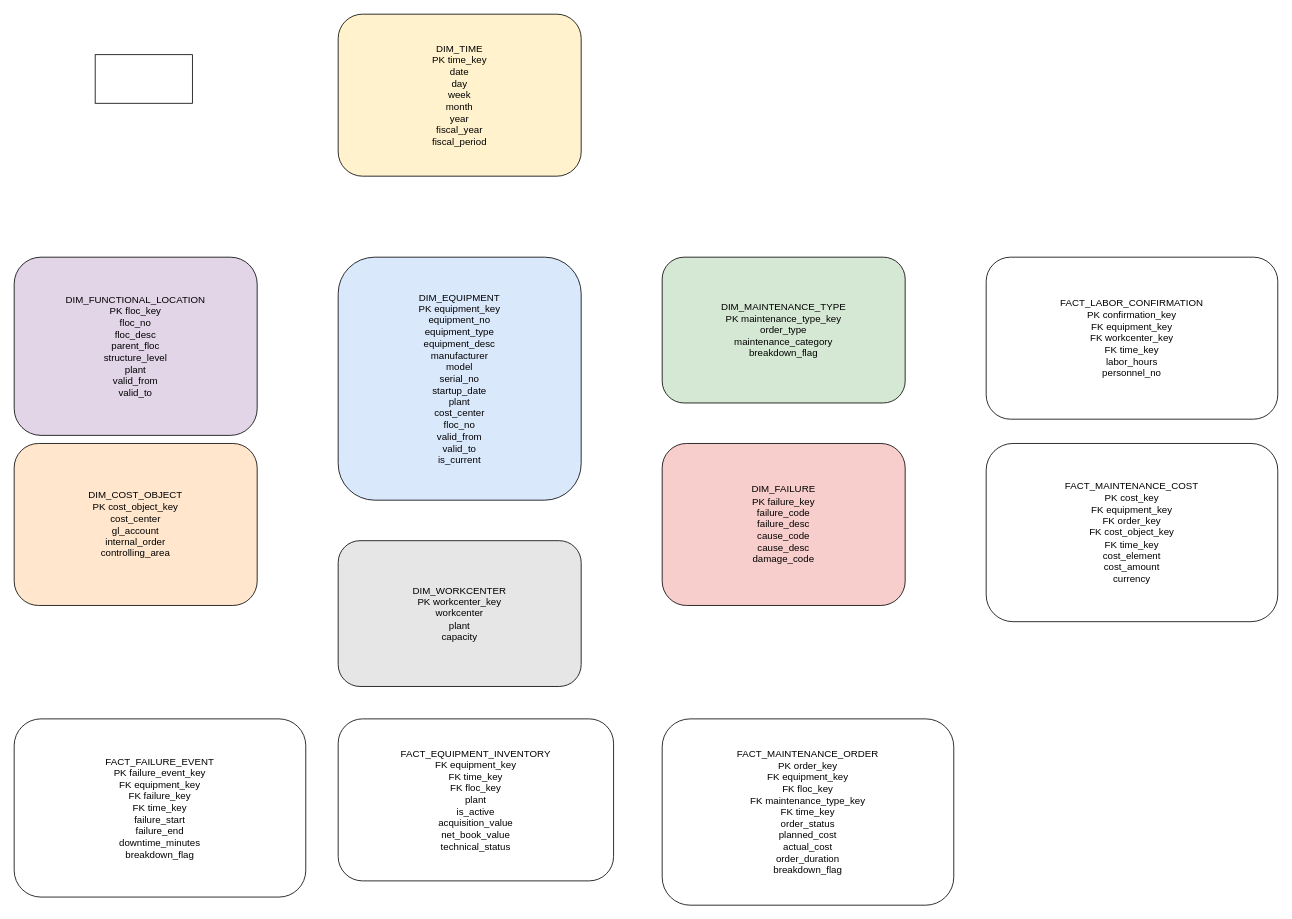
ozdemirkose/drawio keeps this draw.io diagram as cci_equipment_data_model.drawio. Above is the earlier version. Source tidied: cells renumbered, new cells numbered last; positions are measured from the earlier drawing's top-left corner, leaving out a move shared by most shapes. Both pictures are drawn from the tidied source at 81%, with x=0, y=0 at pixel (14, 14).
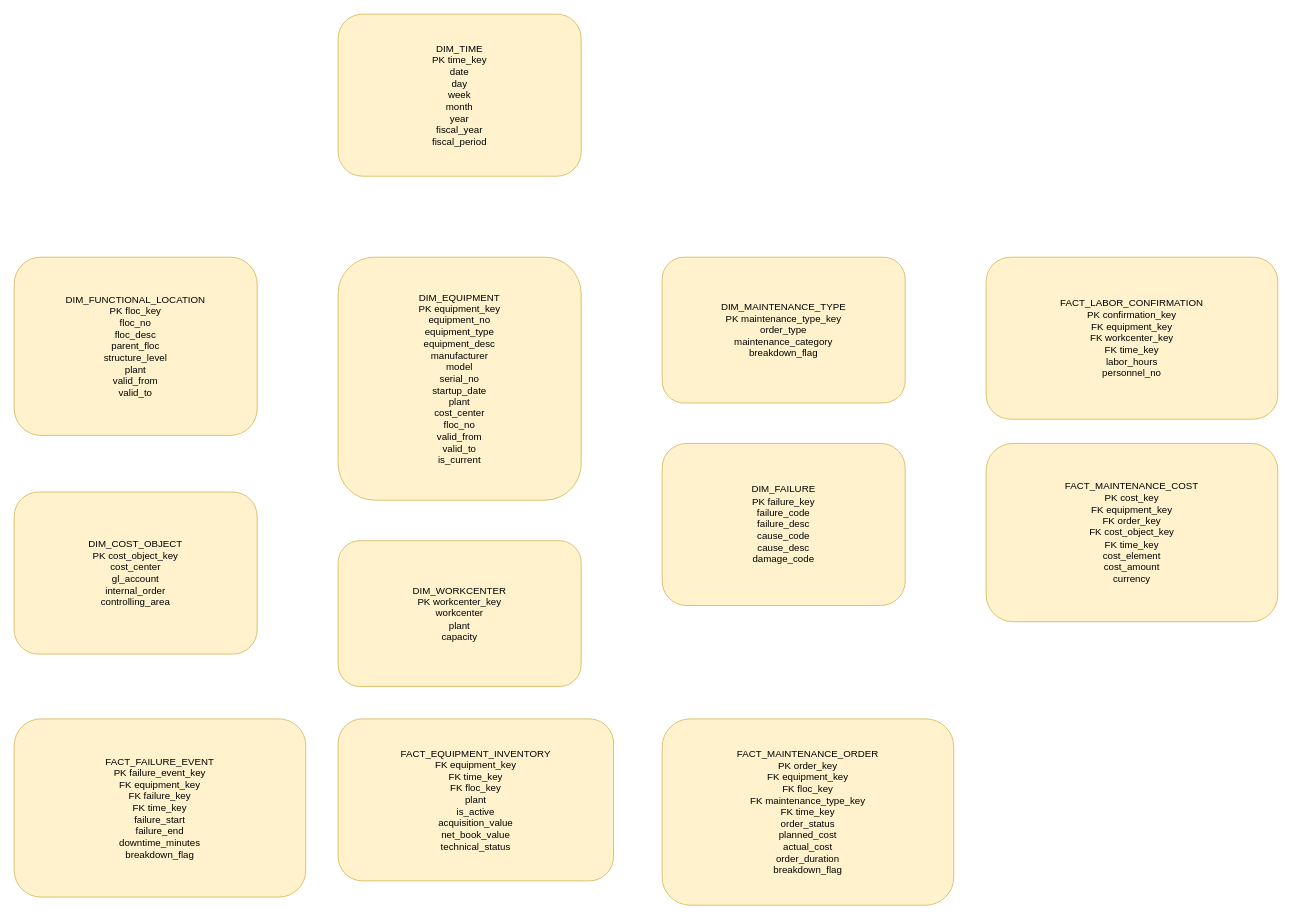
The same diagram, later.

The edit, as a diff of the source:
```diff
@@
 <mxGraphModel>
   <root>
     <mxCell id="0" />
     <mxCell id="1" parent="0" />
-    <mxCell id="2" value="DIM_EQUIPMENT&#10;PK equipment_key&#10;equipment_no&#10;equipment_type&#10;equipment_desc&#10;manufacturer&#10;model&#10;serial_no&#10;startup_date&#10;plant&#10;cost_center&#10;floc_no&#10;valid_from&#10;valid_to&#10;is_current" style="rounded=1;whiteSpace=wrap;html=1;fillColor=#dae8fc;" parent="1" vertex="1">
+    <mxCell id="2" value="DIM_EQUIPMENT&#10;PK equipment_key&#10;equipment_no&#10;equipment_type&#10;equipment_desc&#10;manufacturer&#10;model&#10;serial_no&#10;startup_date&#10;plant&#10;cost_center&#10;floc_no&#10;valid_from&#10;valid_to&#10;is_current" style="rounded=1;whiteSpace=wrap;html=1;fillColor=#fff2cc;strokeColor=#d6b656;" parent="1" vertex="1">
       <mxGeometry x="400" y="300" width="300" height="300" as="geometry" />
     </mxCell>
-    <mxCell id="3" value="DIM_FUNCTIONAL_LOCATION&#10;PK floc_key&#10;floc_no&#10;floc_desc&#10;parent_floc&#10;structure_level&#10;plant&#10;valid_from&#10;valid_to" style="rounded=1;whiteSpace=wrap;html=1;fillColor=#e1d5e7;" parent="1" vertex="1">
+    <mxCell id="3" value="DIM_FUNCTIONAL_LOCATION&#10;PK floc_key&#10;floc_no&#10;floc_desc&#10;parent_floc&#10;structure_level&#10;plant&#10;valid_from&#10;valid_to" style="rounded=1;whiteSpace=wrap;html=1;fillColor=#fff2cc;strokeColor=#d6b656;" parent="1" vertex="1">
       <mxGeometry y="300" width="300" height="220" as="geometry" />
     </mxCell>
-    <mxCell id="4" value="DIM_TIME&#10;PK time_key&#10;date&#10;day&#10;week&#10;month&#10;year&#10;fiscal_year&#10;fiscal_period" style="rounded=1;whiteSpace=wrap;html=1;fillColor=#fff2cc;" parent="1" vertex="1">
+    <mxCell id="4" value="DIM_TIME&#10;PK time_key&#10;date&#10;day&#10;week&#10;month&#10;year&#10;fiscal_year&#10;fiscal_period" style="rounded=1;whiteSpace=wrap;html=1;fillColor=#fff2cc;strokeColor=#d6b656;" parent="1" vertex="1">
       <mxGeometry x="400" width="300" height="200" as="geometry" />
     </mxCell>
-    <mxCell id="5" value="DIM_MAINTENANCE_TYPE&#10;PK maintenance_type_key&#10;order_type&#10;maintenance_category&#10;breakdown_flag" style="rounded=1;whiteSpace=wrap;html=1;fillColor=#d5e8d4;" parent="1" vertex="1">
+    <mxCell id="5" value="DIM_MAINTENANCE_TYPE&#10;PK maintenance_type_key&#10;order_type&#10;maintenance_category&#10;breakdown_flag" style="rounded=1;whiteSpace=wrap;html=1;fillColor=#fff2cc;strokeColor=#d6b656;" parent="1" vertex="1">
       <mxGeometry x="800" y="300" width="300" height="180" as="geometry" />
     </mxCell>
-    <mxCell id="6" value="DIM_FAILURE&#10;PK failure_key&#10;failure_code&#10;failure_desc&#10;cause_code&#10;cause_desc&#10;damage_code" style="rounded=1;whiteSpace=wrap;html=1;fillColor=#f8cecc;" parent="1" vertex="1">
+    <mxCell id="6" value="DIM_FAILURE&#10;PK failure_key&#10;failure_code&#10;failure_desc&#10;cause_code&#10;cause_desc&#10;damage_code" style="rounded=1;whiteSpace=wrap;html=1;fillColor=#fff2cc;strokeColor=#d6b656;" parent="1" vertex="1">
       <mxGeometry x="800" y="530" width="300" height="200" as="geometry" />
     </mxCell>
-    <mxCell id="7" value="DIM_COST_OBJECT&#10;PK cost_object_key&#10;cost_center&#10;gl_account&#10;internal_order&#10;controlling_area" style="rounded=1;whiteSpace=wrap;html=1;fillColor=#ffe6cc;" parent="1" vertex="1">
-      <mxGeometry y="530" width="300" height="200" as="geometry" />
+    <mxCell id="7" value="DIM_COST_OBJECT&#10;PK cost_object_key&#10;cost_center&#10;gl_account&#10;internal_order&#10;controlling_area" style="rounded=1;whiteSpace=wrap;html=1;fillColor=#fff2cc;strokeColor=#d6b656;" parent="1" vertex="1">
+      <mxGeometry y="590" width="300" height="200" as="geometry" />
     </mxCell>
-    <mxCell id="8" value="DIM_WORKCENTER&#10;PK workcenter_key&#10;workcenter&#10;plant&#10;capacity" style="rounded=1;whiteSpace=wrap;html=1;fillColor=#e6e6e6;" parent="1" vertex="1">
+    <mxCell id="8" value="DIM_WORKCENTER&#10;PK workcenter_key&#10;workcenter&#10;plant&#10;capacity" style="rounded=1;whiteSpace=wrap;html=1;fillColor=#fff2cc;strokeColor=#d6b656;" parent="1" vertex="1">
       <mxGeometry x="400" y="650" width="300" height="180" as="geometry" />
     </mxCell>
-    <mxCell id="9" value="FACT_EQUIPMENT_INVENTORY&#10;FK equipment_key&#10;FK time_key&#10;FK floc_key&#10;plant&#10;is_active&#10;acquisition_value&#10;net_book_value&#10;technical_status" style="rounded=1;whiteSpace=wrap;html=1;strokeColor=#000000;" parent="1" vertex="1">
+    <mxCell id="9" value="FACT_EQUIPMENT_INVENTORY&#10;FK equipment_key&#10;FK time_key&#10;FK floc_key&#10;plant&#10;is_active&#10;acquisition_value&#10;net_book_value&#10;technical_status" style="rounded=1;whiteSpace=wrap;html=1;strokeColor=#d6b656;fillColor=#fff2cc;" parent="1" vertex="1">
       <mxGeometry x="400" y="870" width="340" height="200" as="geometry" />
     </mxCell>
-    <mxCell id="10" value="FACT_MAINTENANCE_ORDER&#10;PK order_key&#10;FK equipment_key&#10;FK floc_key&#10;FK maintenance_type_key&#10;FK time_key&#10;order_status&#10;planned_cost&#10;actual_cost&#10;order_duration&#10;breakdown_flag" style="rounded=1;whiteSpace=wrap;html=1;strokeColor=#000000;" parent="1" vertex="1">
+    <mxCell id="10" value="FACT_MAINTENANCE_ORDER&#10;PK order_key&#10;FK equipment_key&#10;FK floc_key&#10;FK maintenance_type_key&#10;FK time_key&#10;order_status&#10;planned_cost&#10;actual_cost&#10;order_duration&#10;breakdown_flag" style="rounded=1;whiteSpace=wrap;html=1;strokeColor=#d6b656;fillColor=#fff2cc;" parent="1" vertex="1">
       <mxGeometry x="800" y="870" width="360" height="230" as="geometry" />
     </mxCell>
-    <mxCell id="11" value="FACT_FAILURE_EVENT&#10;PK failure_event_key&#10;FK equipment_key&#10;FK failure_key&#10;FK time_key&#10;failure_start&#10;failure_end&#10;downtime_minutes&#10;breakdown_flag" style="rounded=1;whiteSpace=wrap;html=1;strokeColor=#000000;" parent="1" vertex="1">
+    <mxCell id="11" value="FACT_FAILURE_EVENT&#10;PK failure_event_key&#10;FK equipment_key&#10;FK failure_key&#10;FK time_key&#10;failure_start&#10;failure_end&#10;downtime_minutes&#10;breakdown_flag" style="rounded=1;whiteSpace=wrap;html=1;strokeColor=#d6b656;fillColor=#fff2cc;" parent="1" vertex="1">
       <mxGeometry y="870" width="360" height="220" as="geometry" />
     </mxCell>
-    <mxCell id="12" value="FACT_MAINTENANCE_COST&#10;PK cost_key&#10;FK equipment_key&#10;FK order_key&#10;FK cost_object_key&#10;FK time_key&#10;cost_element&#10;cost_amount&#10;currency" style="rounded=1;whiteSpace=wrap;html=1;strokeColor=#000000;" parent="1" vertex="1">
+    <mxCell id="12" value="FACT_MAINTENANCE_COST&#10;PK cost_key&#10;FK equipment_key&#10;FK order_key&#10;FK cost_object_key&#10;FK time_key&#10;cost_element&#10;cost_amount&#10;currency" style="rounded=1;whiteSpace=wrap;html=1;strokeColor=#d6b656;fillColor=#fff2cc;" parent="1" vertex="1">
       <mxGeometry x="1200" y="530" width="360" height="220" as="geometry" />
     </mxCell>
-    <mxCell id="13" value="FACT_LABOR_CONFIRMATION&#10;PK confirmation_key&#10;FK equipment_key&#10;FK workcenter_key&#10;FK time_key&#10;labor_hours&#10;personnel_no" style="rounded=1;whiteSpace=wrap;html=1;strokeColor=#000000;" parent="1" vertex="1">
+    <mxCell id="13" value="FACT_LABOR_CONFIRMATION&#10;PK confirmation_key&#10;FK equipment_key&#10;FK workcenter_key&#10;FK time_key&#10;labor_hours&#10;personnel_no" style="rounded=1;whiteSpace=wrap;html=1;strokeColor=#d6b656;fillColor=#fff2cc;" parent="1" vertex="1">
       <mxGeometry x="1200" y="300" width="360" height="200" as="geometry" />
     </mxCell>
-    <mxCell id="14" style="rounded=0;whiteSpace=wrap;html=1;" parent="1" vertex="1">
-      <mxGeometry x="100" y="50" width="120" height="60" as="geometry" />
-    </mxCell>
   </root>
 </mxGraphModel>
```
